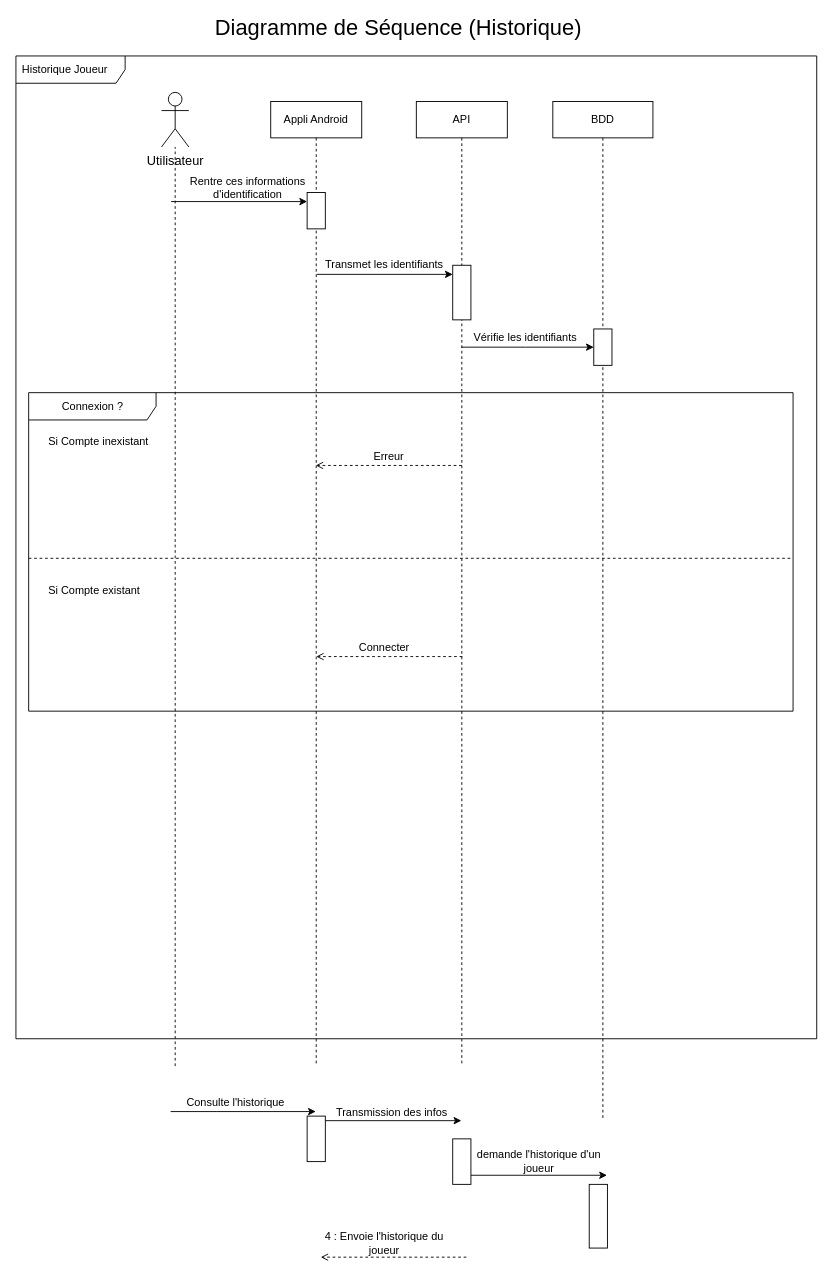
Hazim-AS/SensorPong keeps this draw.io diagram as Diagramme/Diagramme de Séquence (Historique).drawio. Above is the earlier version. Source tidied: cells renumbered, new cells numbered last; positions are measured from the earlier drawing's top-left corner, leaving out a move shared by most shapes. Both pictures are drawn from the tidied source at 91%, with x=0, y=0 at pixel (15, 19).
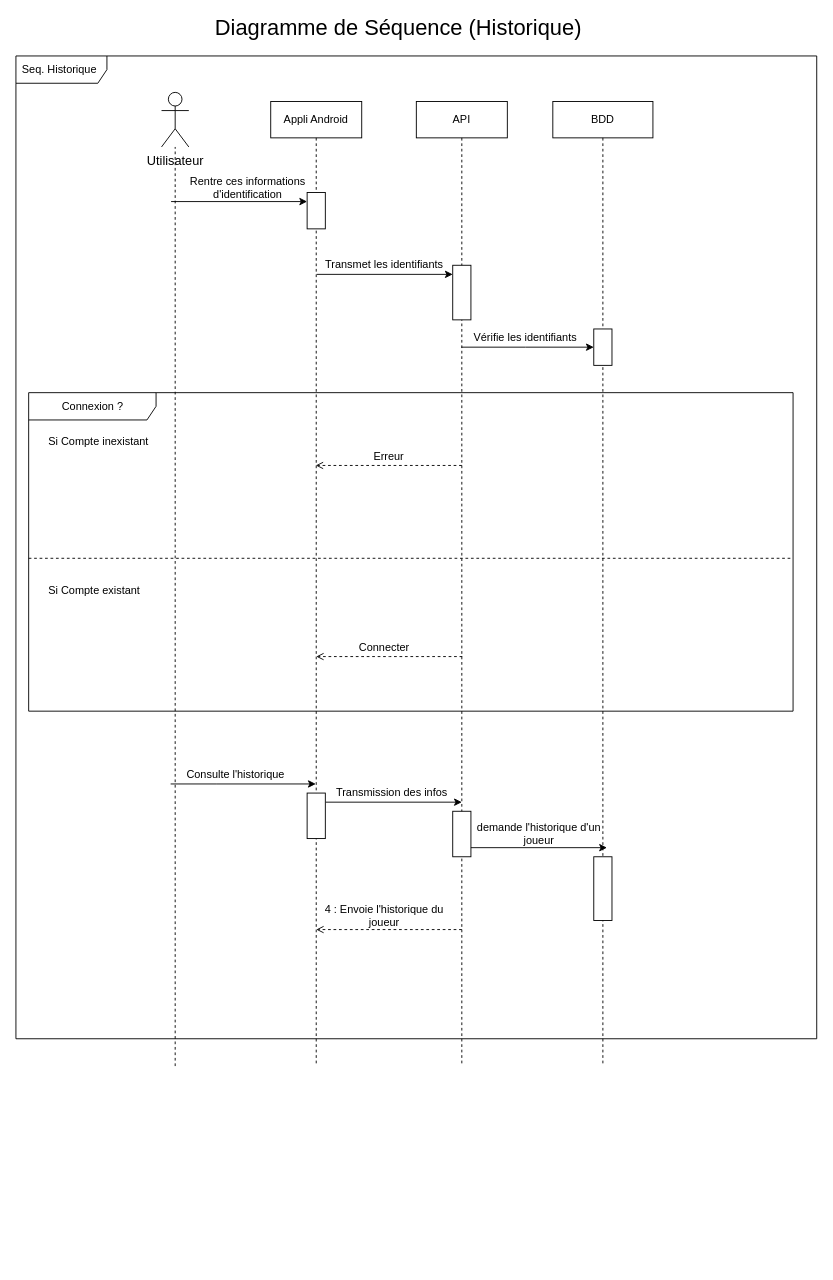
After the change.

The change refers to these unchanged cells:
```xml
<mxCell id="3" value="Appli Android" style="shape=umlLifeline;perimeter=lifelinePerimeter;whiteSpace=wrap;html=1;outlineConnect=0;" parent="1" vertex="1">
  <mxGeometry x="280" y="90" width="100" height="1060" as="geometry" />
</mxCell>
<mxCell id="7" value="API" style="shape=umlLifeline;perimeter=lifelinePerimeter;whiteSpace=wrap;html=1;outlineConnect=0;" parent="1" vertex="1">
  <mxGeometry x="440" y="90" width="100" height="1060" as="geometry" />
</mxCell>
```

Diff of the diagram source:
```diff
@@
-    <mxCell id="2" value="Historique Joueur" style="shape=umlFrame;whiteSpace=wrap;html=1;width=120;height=30;boundedLbl=1;verticalAlign=middle;align=left;spacingLeft=5;" parent="1" vertex="1">
+    <mxCell id="2" value="Seq. Historique" style="shape=umlFrame;whiteSpace=wrap;html=1;width=100;height=30;boundedLbl=1;verticalAlign=middle;align=left;spacingLeft=5;" parent="1" vertex="1">
       <mxGeometry y="40" width="880" height="1080" as="geometry" />
     </mxCell>
@@
     <mxCell id="4" style="rounded=0;whiteSpace=wrap;html=1;fontSize=14;" parent="3" vertex="1">
-      <mxGeometry x="40" y="1115" width="20" height="50" as="geometry" />
+      <mxGeometry x="40" y="760" width="20" height="50" as="geometry" />
     </mxCell>
@@
     <mxCell id="8" style="rounded=0;whiteSpace=wrap;html=1;fontSize=14;" parent="7" vertex="1">
-      <mxGeometry x="40" y="1140" width="20" height="50" as="geometry" />
+      <mxGeometry x="40" y="780" width="20" height="50" as="geometry" />
     </mxCell>
@@
     <mxCell id="10" value="BDD" style="shape=umlLifeline;perimeter=lifelinePerimeter;whiteSpace=wrap;html=1;" parent="1" vertex="1">
-      <mxGeometry x="590" y="90" width="110" height="1120" as="geometry" />
+      <mxGeometry x="590" y="90" width="110" height="1060" as="geometry" />
     </mxCell>
     <mxCell id="11" style="rounded=0;whiteSpace=wrap;html=1;fontSize=14;" parent="10" vertex="1">
-      <mxGeometry x="40" y="1190" width="20" height="70" as="geometry" />
+      <mxGeometry x="45" y="830" width="20" height="70" as="geometry" />
     </mxCell>
@@
     <mxCell id="16" style="endArrow=classic;html=1;rounded=0;" parent="1" edge="1">
       <mxGeometry relative="1" as="geometry">
-        <mxPoint x="170" y="1200" as="sourcePoint" />
-        <mxPoint x="329.5" y="1200" as="targetPoint" />
+        <mxPoint x="170" y="840" as="sourcePoint" />
+        <mxPoint x="329.5" y="840" as="targetPoint" />
         <Array as="points">
-          <mxPoint x="220" y="1200" />
+          <mxPoint x="220" y="840" />
         </Array>
       </mxGeometry>
     </mxCell>
     <mxCell id="17" value="&amp;nbsp;Consulte l'historique" style="text;html=1;strokeColor=none;fillColor=none;align=center;verticalAlign=middle;whiteSpace=wrap;rounded=0;" parent="1" vertex="1">
-      <mxGeometry x="170" y="1180" width="140" height="20" as="geometry" />
+      <mxGeometry x="170" y="820" width="140" height="20" as="geometry" />
     </mxCell>
     <mxCell id="18" style="endArrow=classic;html=1;rounded=0;" parent="1" edge="1">
       <mxGeometry relative="1" as="geometry">
-        <mxPoint x="340" y="1210" as="sourcePoint" />
-        <mxPoint x="489.5" y="1210" as="targetPoint" />
+        <mxPoint x="340.5" y="860" as="sourcePoint" />
+        <mxPoint x="490" y="860" as="targetPoint" />
       </mxGeometry>
     </mxCell>
     <mxCell id="19" value="Transmission des infos&amp;nbsp;" style="text;html=1;strokeColor=none;fillColor=none;align=center;verticalAlign=middle;whiteSpace=wrap;rounded=0;" parent="1" vertex="1">
-      <mxGeometry x="330" y="1191" width="170" height="20" as="geometry" />
+      <mxGeometry x="340" y="840" width="150" height="20" as="geometry" />
     </mxCell>
     <mxCell id="20" value="demande l'historique d'un joueur" style="text;html=1;strokeColor=none;fillColor=none;align=center;verticalAlign=middle;whiteSpace=wrap;rounded=0;" parent="1" vertex="1">
-      <mxGeometry x="500" y="1240" width="150" height="30" as="geometry" />
+      <mxGeometry x="500" y="880" width="150" height="30" as="geometry" />
     </mxCell>
     <mxCell id="21" value="4 : Envoie l'historique du joueur" style="text;html=1;strokeColor=none;fillColor=none;align=center;verticalAlign=middle;whiteSpace=wrap;rounded=0;fontFamily=Helvetica;fontSize=12;fontColor=default;" parent="1" vertex="1">
-      <mxGeometry x="330" y="1330" width="150" height="30" as="geometry" />
+      <mxGeometry x="330" y="970" width="150" height="30" as="geometry" />
     </mxCell>
     <mxCell id="22" style="endArrow=classic;html=1;rounded=0;" parent="1" edge="1">
       <mxGeometry relative="1" as="geometry">
-        <mxPoint x="500" y="1270" as="sourcePoint" />
-        <mxPoint x="649.5" y="1270" as="targetPoint" />
+        <mxPoint x="500" y="910" as="sourcePoint" />
+        <mxPoint x="649.5" y="910" as="targetPoint" />
       </mxGeometry>
     </mxCell>
@@
     <mxCell id="29" style="html=1;verticalAlign=bottom;labelBackgroundColor=none;endArrow=open;endFill=0;dashed=1;rounded=0;" parent="1" edge="1">
       <mxGeometry relative="1" as="geometry">
-        <mxPoint x="495" y="1360" as="sourcePoint" />
-        <mxPoint x="335" y="1360" as="targetPoint" />
+        <mxPoint x="490" y="1000" as="sourcePoint" />
+        <mxPoint x="330" y="1000" as="targetPoint" />
       </mxGeometry>
     </mxCell>
```
